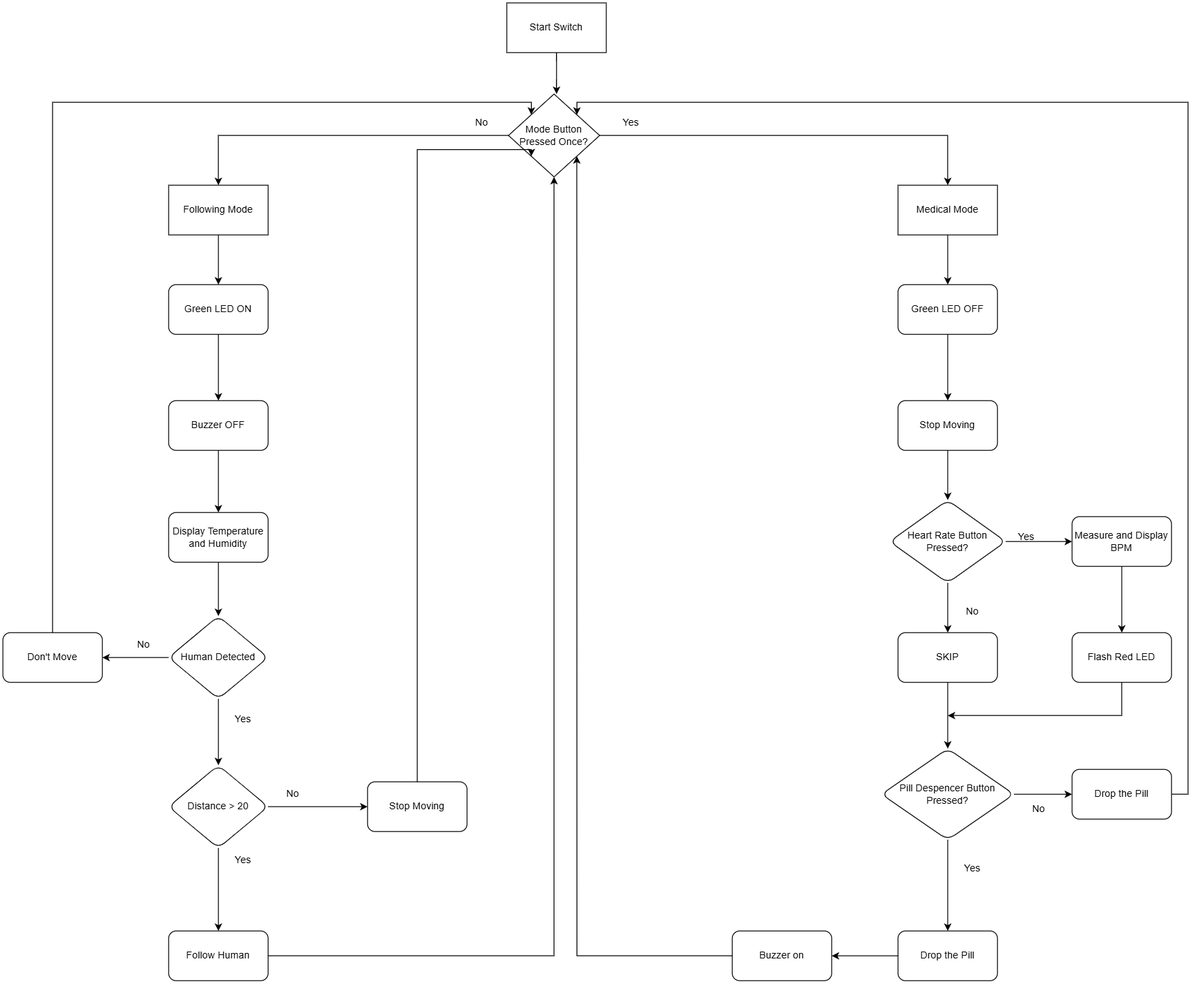
Before: MediBot.drawio (1).png, a diagram exported from draw.io (Yara-Altamimi/Embedded-Project_MediBot). Source tidied: cells renumbered, new cells last; positions are measured from the earlier drawing's top-left corner, leaving out a move shared by most shapes.
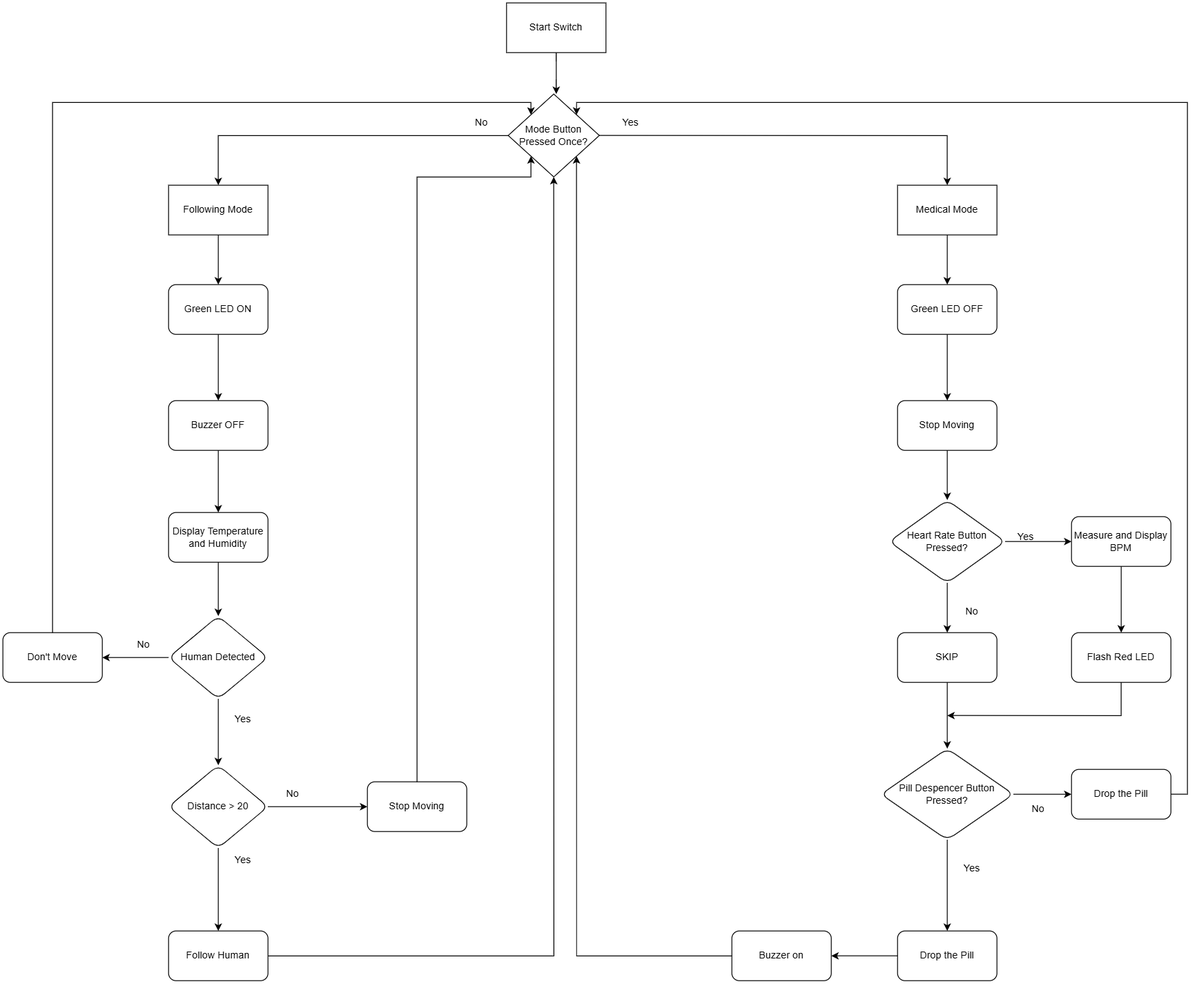
Later version of the same file.

The edit, as a diff of the source:
```diff
@@ -73,10 +73,11 @@
     <mxCell id="24" value="Follow Human" style="whiteSpace=wrap;html=1;rounded=1;" parent="1" vertex="1">
       <mxGeometry x="200" y="1120" width="120" height="60" as="geometry" />
     </mxCell>
-    <mxCell id="25" style="edgeStyle=orthogonalEdgeStyle;rounded=0;jettySize=auto;html=1;entryX=0;entryY=1;entryDx=0;entryDy=0;" parent="1" edge="1" source="26" target="6">
+    <mxCell id="25" style="edgeStyle=orthogonalEdgeStyle;rounded=0;jettySize=auto;html=1;exitX=0.5;exitY=0;exitDx=0;exitDy=0;entryX=0;entryY=1;entryDx=0;entryDy=0;" parent="1" edge="1" source="26" target="6">
       <mxGeometry relative="1" as="geometry">
         <Array as="points">
-          <mxPoint x="500" y="177" />
+          <mxPoint x="500" y="210" />
+          <mxPoint x="637" y="210" />
         </Array>
       </mxGeometry>
     </mxCell>
```
